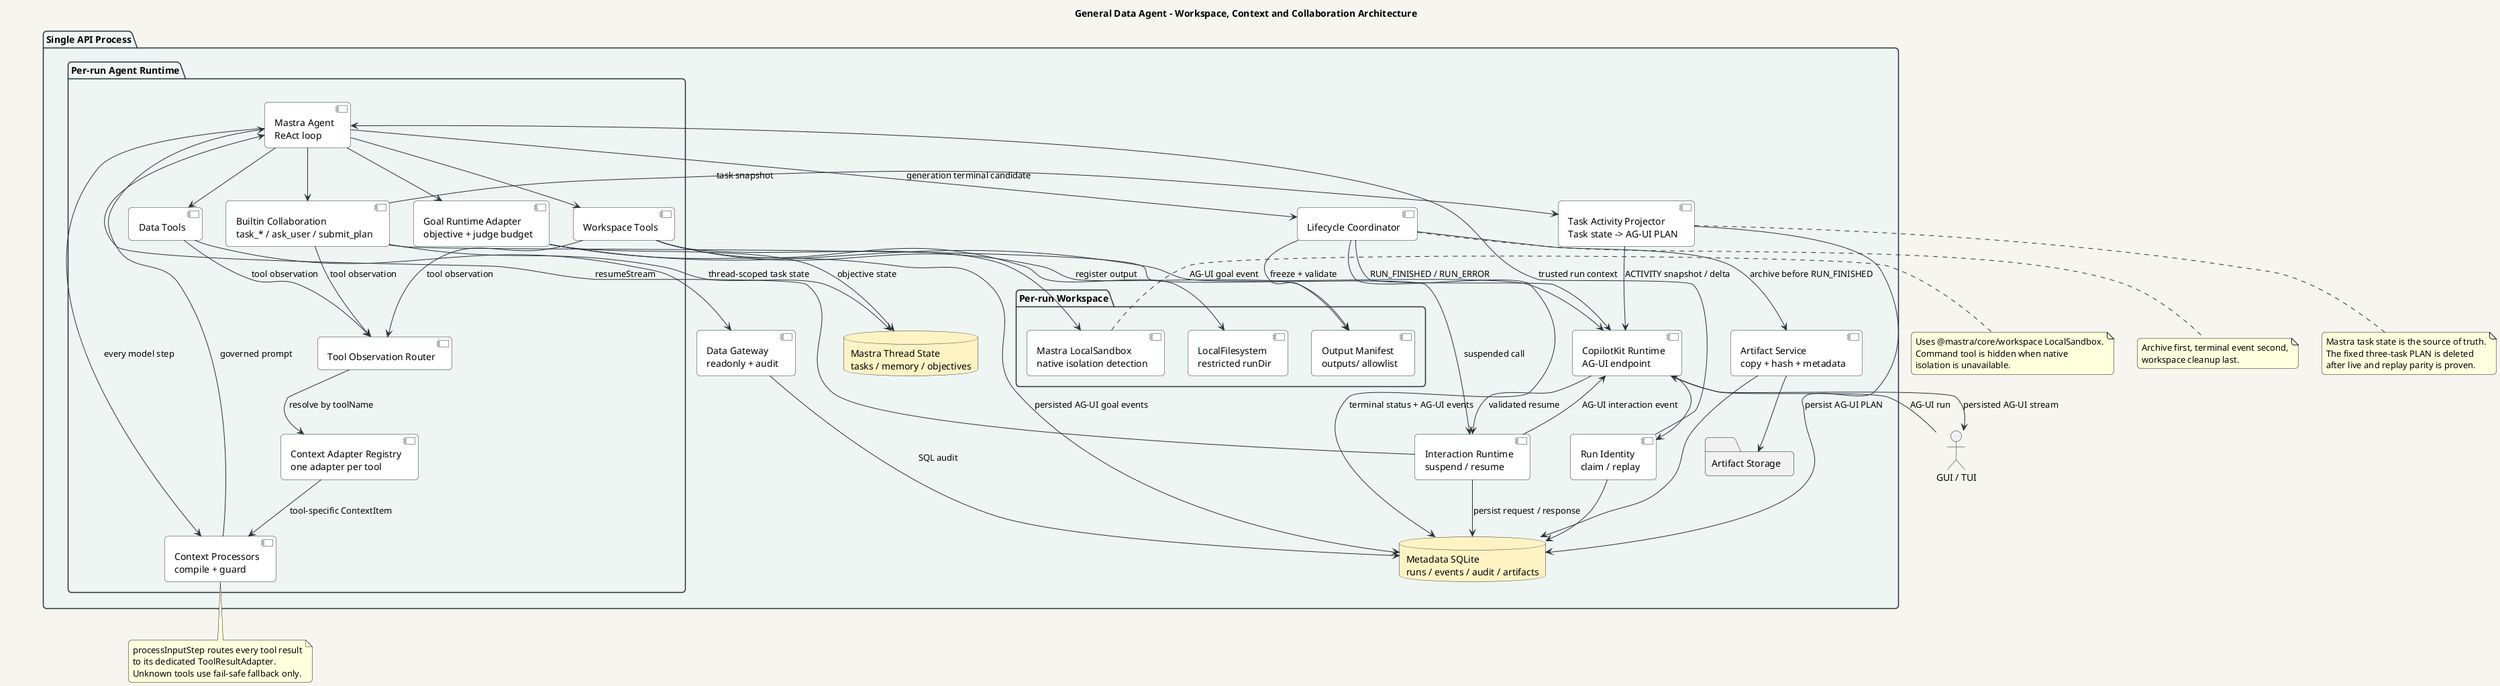
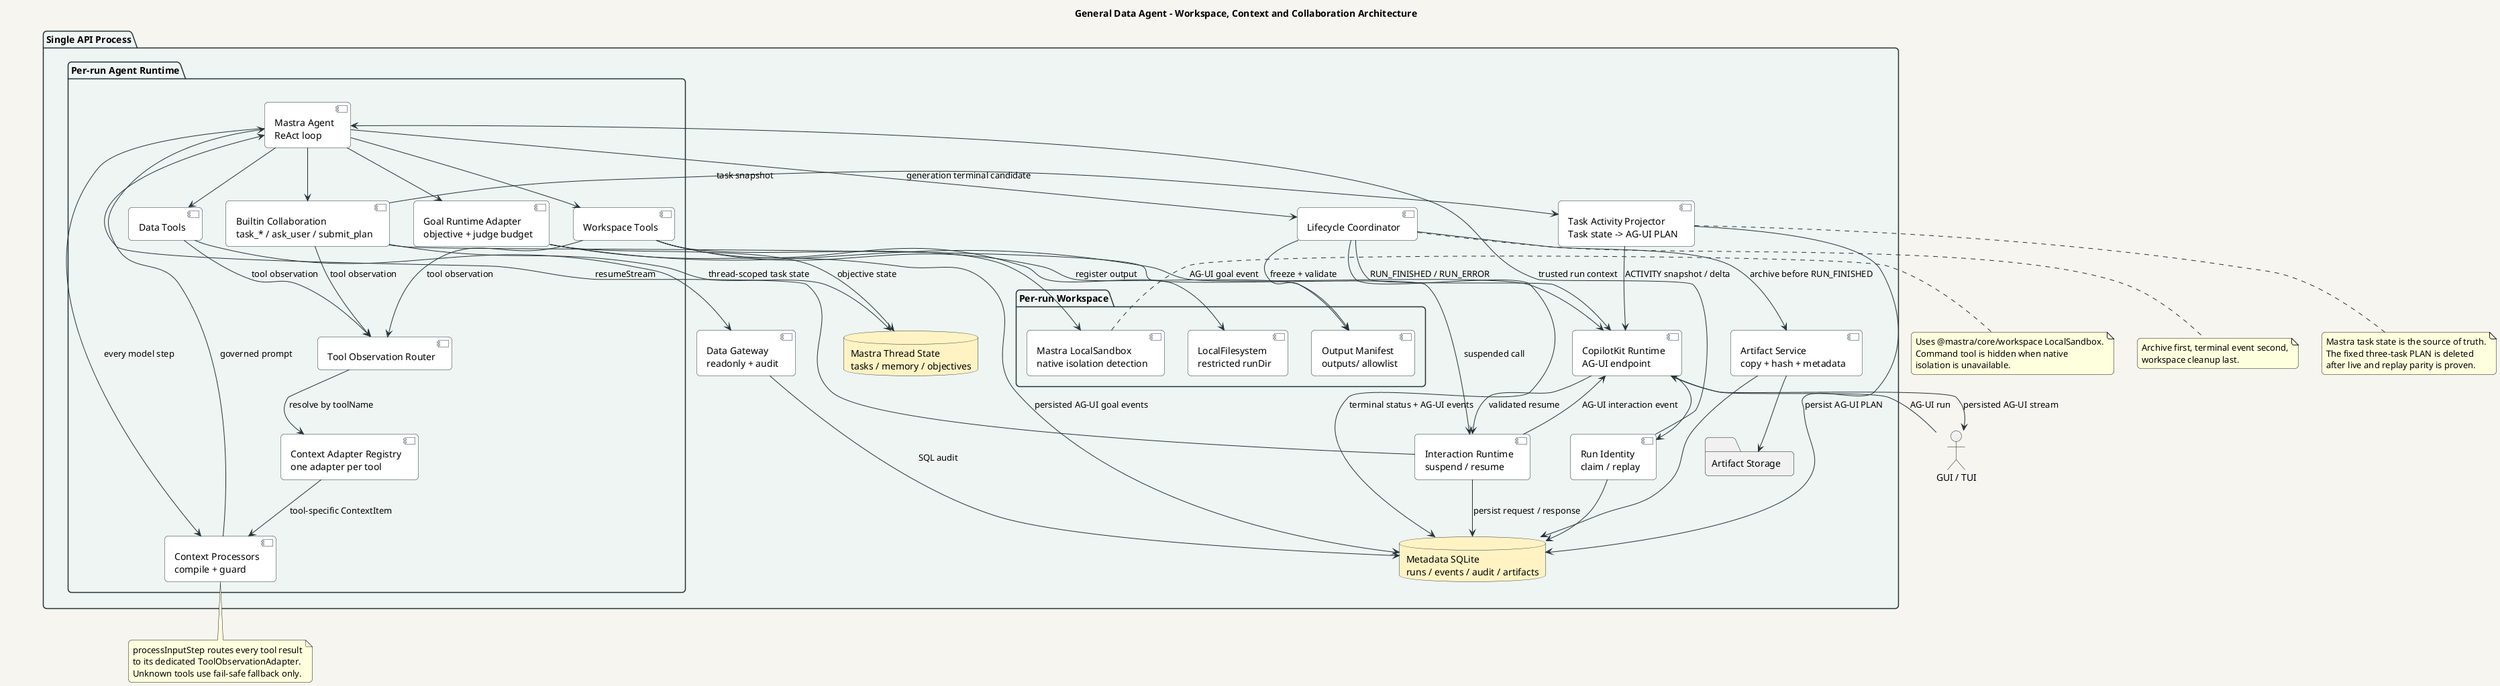
@startuml
title General Data Agent - Workspace, Context and Collaboration Architecture

skinparam backgroundColor #F7F5EF
skinparam shadowing false
skinparam roundcorner 10
skinparam defaultFontName Arial
skinparam ArrowColor #263238
skinparam componentBorderColor #263238
skinparam componentBackgroundColor #FFFFFF
skinparam databaseBorderColor #263238
skinparam databaseBackgroundColor #FFF3C4
skinparam packageBorderColor #263238
skinparam packageBackgroundColor #EEF5F2

actor "GUI / TUI" as client

package "Single API Process" {
  component "CopilotKit Runtime\nAG-UI endpoint" as api
  component "Run Identity\nclaim / replay" as identity
  component "Lifecycle Coordinator" as lifecycle
  component "Interaction Runtime\nsuspend / resume" as interaction
  component "Task Activity Projector\nTask state -> AG-UI PLAN" as taskProjector

  package "Per-run Agent Runtime" {
    component "Mastra Agent\nReAct loop" as agent
    component "Context Processors\ncompile + guard" as context
    component "Data Tools" as dataTools
    component "Workspace Tools" as workspaceTools
    component "Builtin Collaboration\ntask_* / ask_user / submit_plan" as builtinTools
    component "Goal Runtime Adapter\nobjective + judge budget" as goal
    component "Tool Observation Router" as router
    component "Context Adapter Registry\none adapter per tool" as adapters
  }

  package "Per-run Workspace" {
    component "LocalFilesystem\nrestricted runDir" as filesystem
    component "Mastra LocalSandbox\nnative isolation detection" as sandbox
    component "Output Manifest\noutputs/ allowlist" as manifest
  }

  component "Data Gateway\nreadonly + audit" as gateway
  component "Artifact Service\ncopy + hash + metadata" as artifacts
  database "Metadata SQLite\nruns / events / audit / artifacts" as metadata
  database "Mastra Thread State\ntasks / memory / objectives" as threadState
  folder "Artifact Storage" as storage
}

client --> api : AG-UI run
api --> identity
identity --> metadata
identity --> agent : trusted run context

agent --> context : every model step
context --> agent : governed prompt
agent --> dataTools
dataTools --> gateway
gateway --> metadata : SQL audit
dataTools --> router : tool observation

agent --> workspaceTools
workspaceTools --> filesystem
workspaceTools --> sandbox
workspaceTools --> router : tool observation
workspaceTools --> manifest : register output

agent --> builtinTools
builtinTools --> threadState : thread-scoped task state
builtinTools --> router : tool observation
router --> adapters : resolve by toolName
adapters --> context : tool-specific ContextItem

builtinTools --> taskProjector : task snapshot
taskProjector --> metadata : persist AG-UI PLAN
taskProjector --> api : ACTIVITY snapshot / delta
builtinTools --> interaction : suspended call
interaction --> metadata : persist request / response
interaction --> api : AG-UI interaction event
api --> interaction : validated resume
interaction --> agent : resumeStream

agent --> goal
goal --> threadState : objective state
goal --> metadata : persisted AG-UI goal events
goal --> api : AG-UI goal event

agent --> lifecycle : generation terminal candidate
lifecycle --> manifest : freeze + validate
lifecycle --> artifacts : archive before RUN_FINISHED
artifacts --> storage
artifacts --> metadata
lifecycle --> metadata : terminal status + AG-UI events
lifecycle --> api : RUN_FINISHED / RUN_ERROR
api --> client : persisted AG-UI stream

note right of sandbox
  Uses @mastra/core/workspace LocalSandbox.
  Command tool is hidden when native
  isolation is unavailable.
end note

note bottom of context
  processInputStep routes every tool result
-   to its dedicated ToolResultAdapter.
+   to its dedicated ToolObservationAdapter.
  Unknown tools use fail-safe fallback only.
end note

note bottom of taskProjector
  Mastra task state is the source of truth.
  The fixed three-task PLAN is deleted
  after live and replay parity is proven.
end note

note bottom of lifecycle
  Archive first, terminal event second,
  workspace cleanup last.
end note

@enduml
